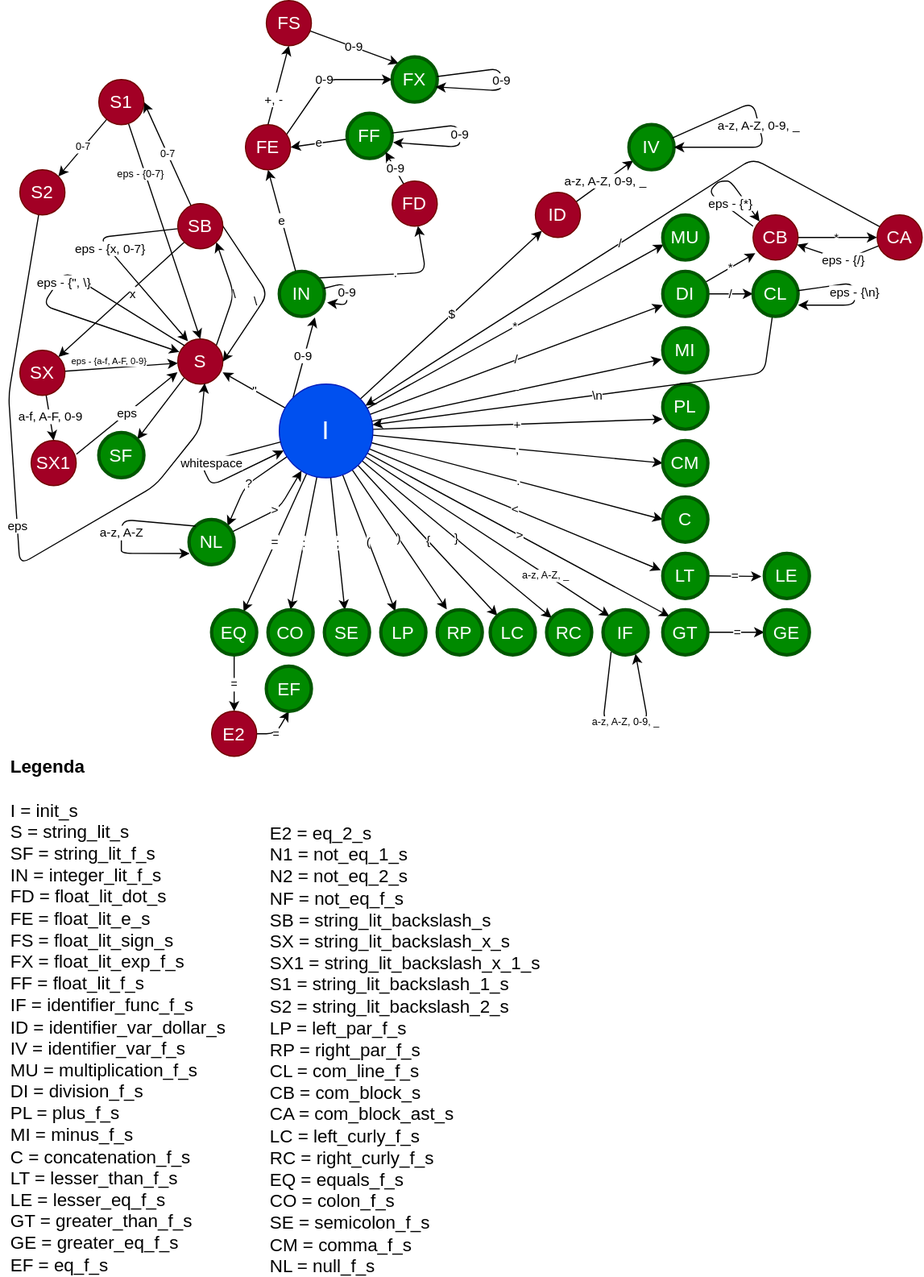
Earlier version of the draw.io export automat.svg (vlccek/IFJ22). Source tidied: cells renumbered, new cells last; positions are measured from the earlier drawing's top-left corner, leaving out a move shared by most shapes.
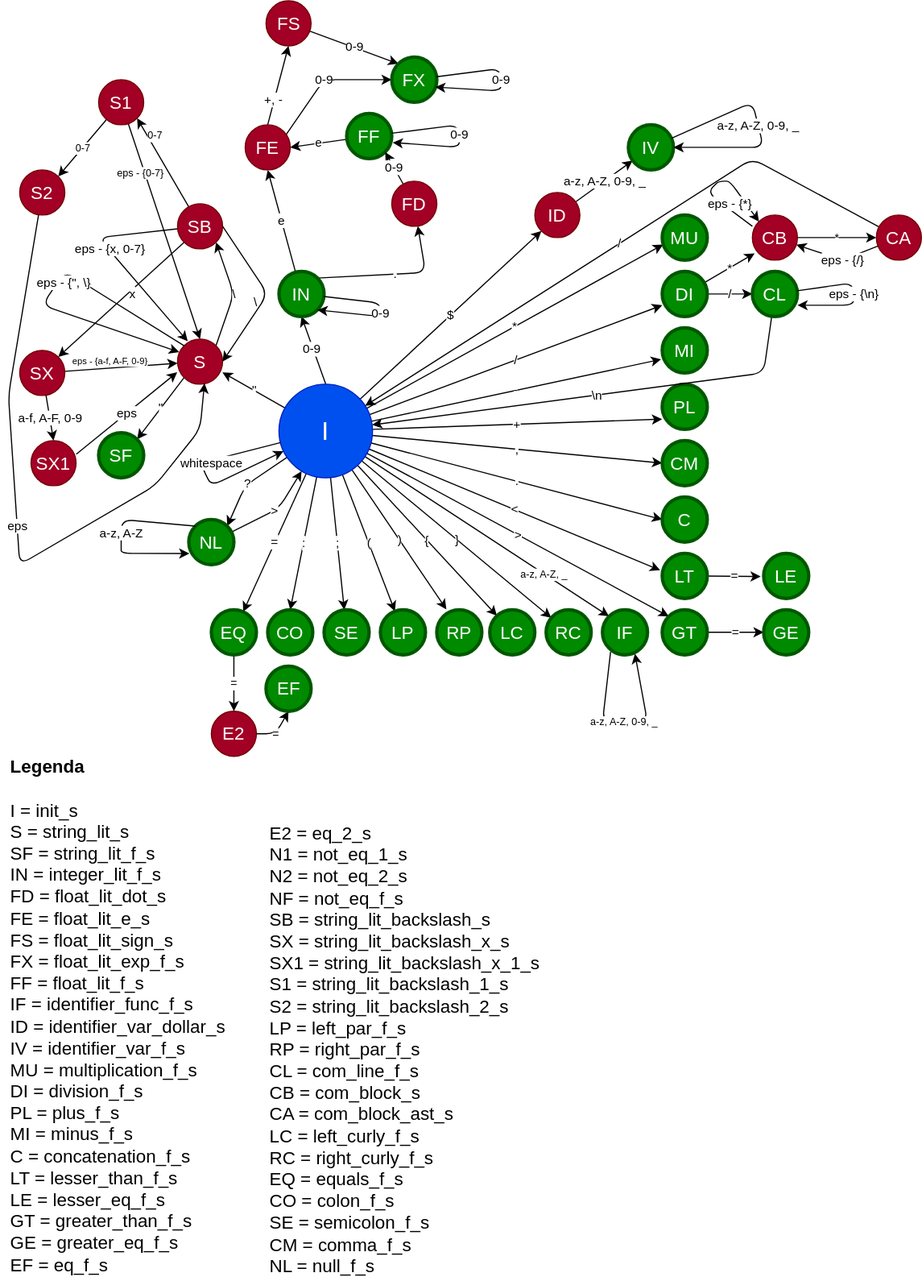
After the change.

Change to the diagram source:
```diff
@@ -60,7 +60,7 @@
     <mxCell id="19" value="$" style="edgeStyle=none;html=1;entryX=0;entryY=1;entryDx=0;entryDy=0;fontSize=11;" parent="1" edge="1" source="22" target="51">
       <mxGeometry relative="1" as="geometry" />
     </mxCell>
-    <mxCell id="20" value="0-9" style="edgeStyle=none;html=1;exitX=0;exitY=0;exitDx=0;exitDy=0;entryX=0.789;entryY=1.021;entryDx=0;entryDy=0;entryPerimeter=0;fontSize=11;" parent="1" edge="1" source="22" target="57">
+    <mxCell id="20" value="0-9" style="edgeStyle=none;html=1;exitX=0.5;exitY=0;exitDx=0;exitDy=0;entryX=0.5;entryY=1;entryDx=0;entryDy=0;fontSize=11;" parent="1" edge="1" source="22" target="57">
       <mxGeometry x="0.03" y="1" relative="1" as="geometry" />
     </mxCell>
     <mxCell id="21" value="&quot;" style="edgeStyle=none;html=1;entryX=0.996;entryY=0.739;entryDx=0;entryDy=0;entryPerimeter=0;fontSize=11;" parent="1" edge="1" source="22" target="38">
@@ -119,7 +119,7 @@
         </Array>
       </mxGeometry>
     </mxCell>
-    <mxCell id="37" style="edgeStyle=none;html=1;exitX=0;exitY=1;exitDx=0;exitDy=0;fontSize=16;entryX=1;entryY=0;entryDx=0;entryDy=0;" parent="1" edge="1" source="38" target="91">
+    <mxCell id="37" value="&quot;" style="edgeStyle=none;html=1;exitX=0;exitY=1;exitDx=0;exitDy=0;fontSize=11;entryX=1;entryY=0;entryDx=0;entryDy=0;" parent="1" edge="1" source="38" target="91">
       <mxGeometry relative="1" as="geometry" />
     </mxCell>
     <mxCell id="38" value="S" style="ellipse;whiteSpace=wrap;html=1;strokeWidth=1;fontSize=16;fillColor=#a20025;fontColor=#ffffff;strokeColor=#6F0000;" parent="1" vertex="1">
@@ -221,8 +221,8 @@
         </Array>
       </mxGeometry>
     </mxCell>
-    <mxCell id="63" value="0-7" style="edgeStyle=none;html=1;entryX=1;entryY=0.5;entryDx=0;entryDy=0;fontSize=9;" parent="1" edge="1" source="65" target="83">
-      <mxGeometry relative="1" as="geometry" />
+    <mxCell id="63" value="0-7" style="edgeStyle=none;html=1;entryX=1;entryY=1;entryDx=0;entryDy=0;fontSize=9;" parent="1" edge="1" source="65" target="83">
+      <mxGeometry x="0.52" y="-6" relative="1" as="geometry" />
     </mxCell>
     <mxCell id="64" value="\" style="edgeStyle=none;html=1;fontSize=11;entryX=1;entryY=0.5;entryDx=0;entryDy=0;exitX=1;exitY=0.5;exitDx=0;exitDy=0;" parent="1" edge="1" source="65" target="38">
       <mxGeometry x="0.16" y="-5" relative="1" as="geometry">
@@ -249,8 +249,13 @@
     <mxCell id="70" value="SX1" style="ellipse;whiteSpace=wrap;html=1;strokeWidth=1;fontSize=16;fillColor=#a20025;fontColor=#ffffff;strokeColor=#6F0000;" parent="1" vertex="1">
       <mxGeometry x="20" y="390" width="40" height="40" as="geometry" />
     </mxCell>
-    <mxCell id="71" value="0-9" style="edgeStyle=none;html=1;entryX=1.061;entryY=0.693;entryDx=0;entryDy=0;entryPerimeter=0;fontSize=11;" parent="1" edge="1" source="57" target="57">
-      <mxGeometry relative="1" as="geometry" />
+    <mxCell id="71" value="0-9" style="edgeStyle=none;html=1;entryX=1;entryY=1;entryDx=0;entryDy=0;fontSize=11;" parent="1" edge="1" source="57" target="57">
+      <mxGeometry relative="1" as="geometry">
+        <Array as="points">
+          <mxPoint x="330" y="268" />
+          <mxPoint x="330" y="280" />
+        </Array>
+      </mxGeometry>
     </mxCell>
     <mxCell id="72" value="0-9" style="edgeStyle=none;html=1;entryX=1;entryY=1;entryDx=0;entryDy=0;fontSize=11;" parent="1" edge="1" source="73" target="60">
       <mxGeometry relative="1" as="geometry" />
```
